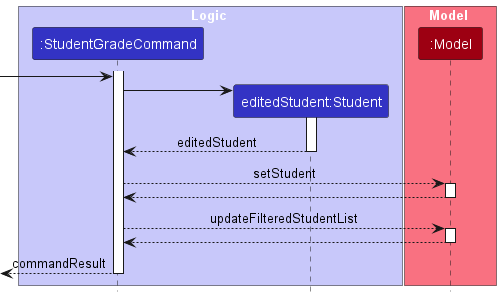
nus-cs2103-AY2223S2/tp keeps this PlantUML diagram as docs/images/GradeSequentialDiagram2.png. Above is the earlier version.
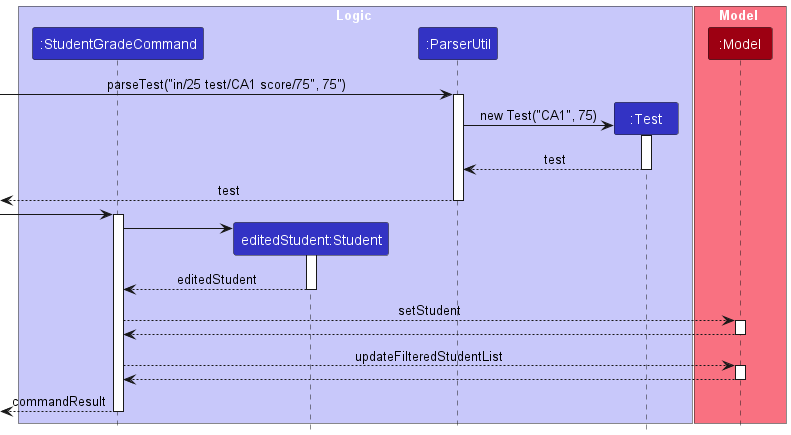
The same diagram one commit later.

Change to the diagram source:
```diff
@@ -4,16 +4,29 @@
 box Logic LOGIC_COLOR_T1
 participant ":StudentGradeCommand" as StudentGradeCommand LOGIC_COLOR
 participant "editedStudent:Student" as editedStudent LOGIC_COLOR
+participant ":ParserUtil" as ParserUtil LOGIC_COLOR
+participant ":Test" as Test LOGIC_COLOR
 end box
 
 box Model MODEL_COLOR_T1
 participant ":Model" as Model MODEL_COLOR
 end box
 
+[-> ParserUtil : parseTest("in/25 test/CA1 score/75", 75")
+activate ParserUtil
+
+create Test
+ParserUtil -> Test: new Test("CA1", 75)
+activate Test
+Test --> ParserUtil: test
+deactivate Test
+
+<-- ParserUtil : test
+deactivate ParserUtil
+-> StudentGradeCommand
+
 create StudentGradeCommand
 activate StudentGradeCommand
-[-> StudentGradeCommand
-
 
 create editedStudent
 StudentGradeCommand -> editedStudent
```
